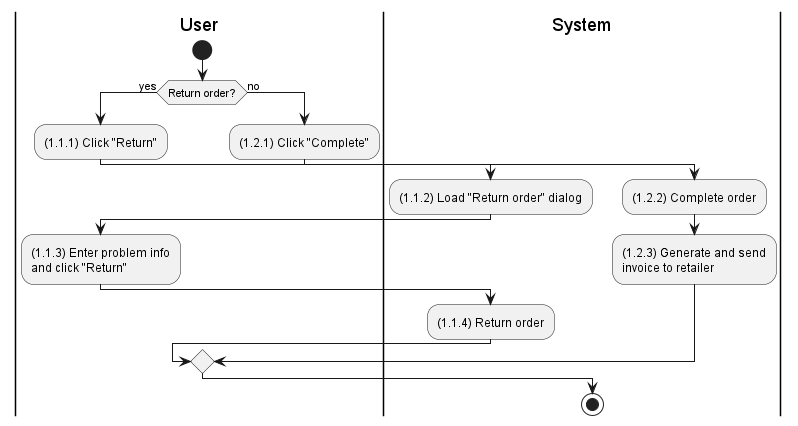
The PlantUML diagram activities/sales-order-complete.png in phihungha/scmss-reqs, before a commit. Its diagram source:
```plantuml
@startuml sales-order-complete
|u|User
|s|System

|u|
start
if (Return order?) then (yes)
    |u|
    :(1.1.1) Click "Return";

    |s|
    :(1.1.2) Load "Return order" dialog;

    |u|
    :(1.1.3) Enter problem info\nand click "Return";

    |s|
    :(1.1.4) Return order;
else (no)
    |u|
    :(1.2.1) Click "Complete";

    |s|
    :(1.2.2) Complete order;
    :(1.2.3) Generate and send\ninvoice to retailer;
endif
stop
@enduml
```
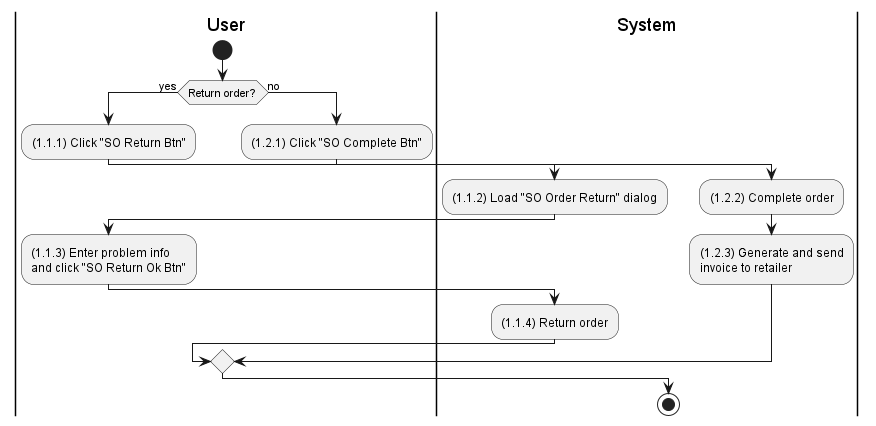
After the change.

What changed in the source:
```diff
@@ -6,19 +6,19 @@
 start
 if (Return order?) then (yes)
     |u|
-    :(1.1.1) Click "Return";
+    :(1.1.1) Click "SO Return Btn";
 
     |s|
-    :(1.1.2) Load "Return order" dialog;
+    :(1.1.2) Load "SO Order Return" dialog;
 
     |u|
-    :(1.1.3) Enter problem info\nand click "Return";
+    :(1.1.3) Enter problem info\nand click "SO Return Ok Btn";
 
     |s|
     :(1.1.4) Return order;
 else (no)
     |u|
-    :(1.2.1) Click "Complete";
+    :(1.2.1) Click "SO Complete Btn";
 
     |s|
     :(1.2.2) Complete order;
```
